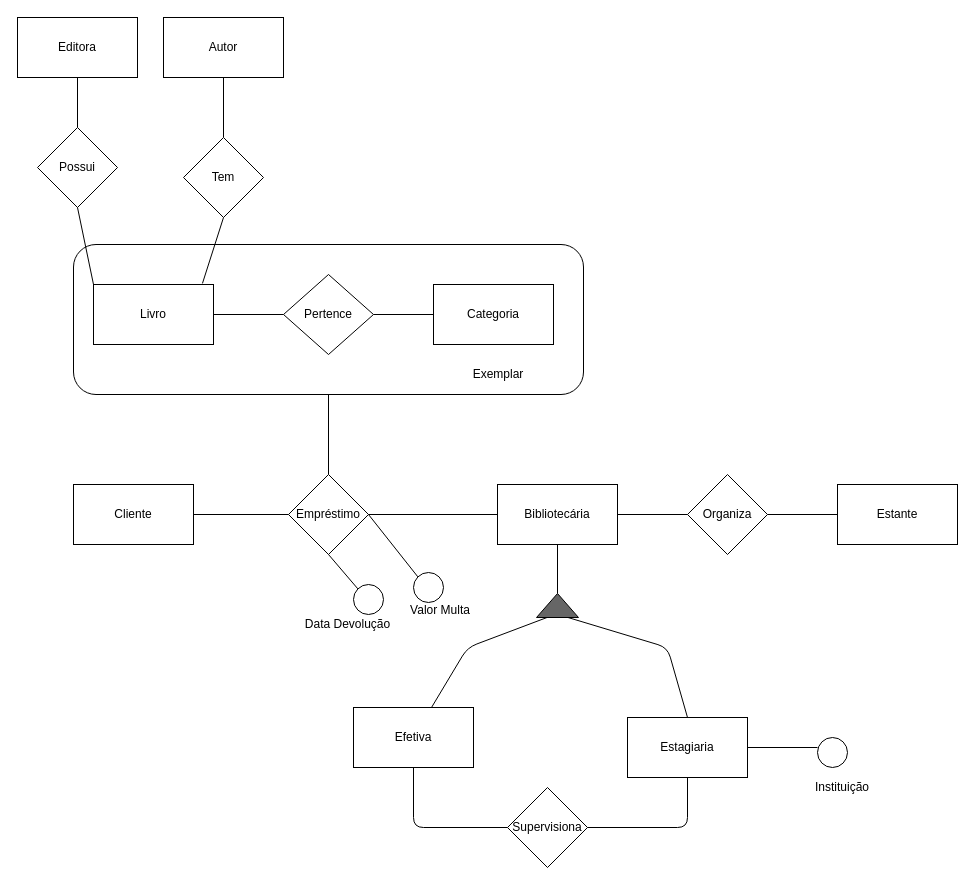
Earlier version of the draw.io diagram Untitled Diagram.drawio (cesarac666/diagrams). Source tidied: cells renumbered, new cells numbered last; positions are measured from the earlier drawing's top-left corner, leaving out a move shared by most shapes. Both pictures are drawn from the tidied source at 100%, with x=0, y=0 at pixel (17, 17).
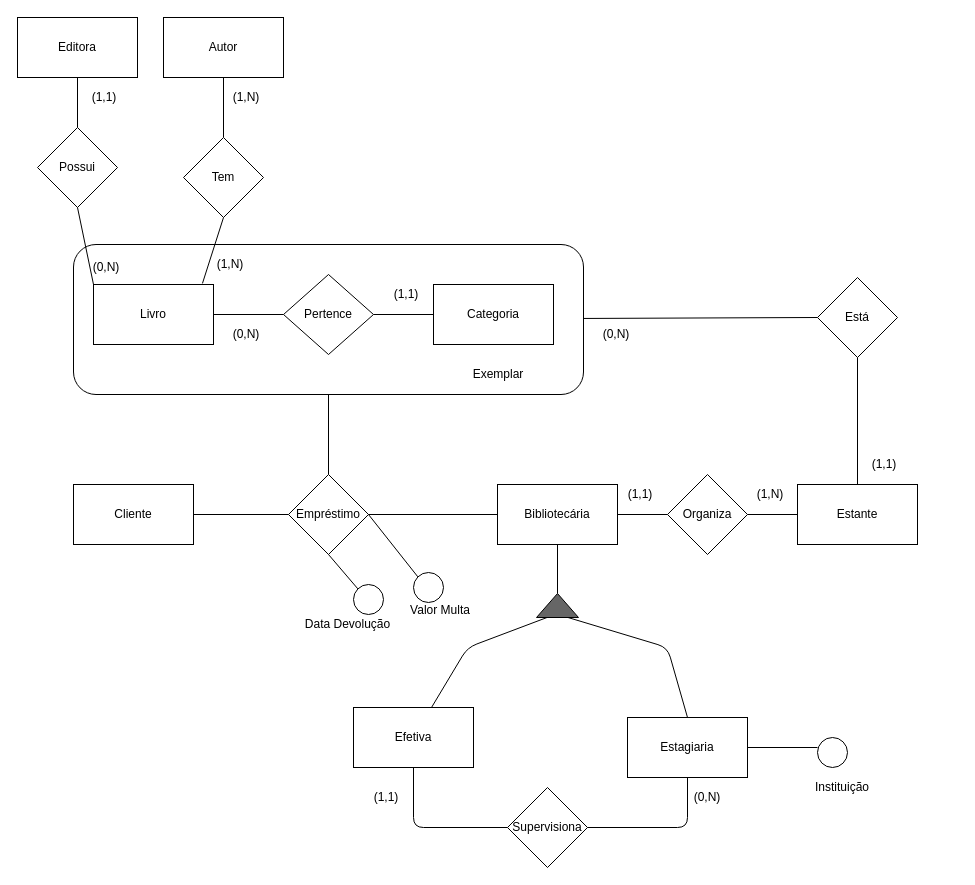
The same page after the edit.

Unchanged cells that the change refers to:
```xml
<mxCell id="2" style="rounded=1;whiteSpace=wrap;html=1;" parent="1" vertex="1">
  <mxGeometry x="56" y="227" width="510" height="150" as="geometry" />
</mxCell>
<mxCell id="36" value="Estagiaria" style="rounded=0;whiteSpace=wrap;html=1;" parent="1" vertex="1">
  <mxGeometry x="610" y="700" width="120" height="60" as="geometry" />
</mxCell>
```

Diff of the diagram source:
```diff
@@
     <mxCell id="29" value="Estante" style="rounded=0;whiteSpace=wrap;html=1;" parent="1" vertex="1">
-      <mxGeometry x="820" y="467" width="120" height="60" as="geometry" />
+      <mxGeometry x="780" y="467" width="120" height="60" as="geometry" />
     </mxCell>
     <mxCell id="30" value="Organiza" style="rhombus;whiteSpace=wrap;html=1;" parent="1" vertex="1">
-      <mxGeometry x="670" y="457" width="80" height="80" as="geometry" />
+      <mxGeometry x="650" y="457" width="80" height="80" as="geometry" />
     </mxCell>
@@
-    <mxCell id="43" style="endArrow=none;html=1;exitX=1;exitY=0.5;exitDx=0;exitDy=0;" parent="1" edge="1" source="36">
-      <mxGeometry relative="1" as="geometry">
-        <mxPoint x="800" y="730" as="targetPoint" />
-      </mxGeometry>
-    </mxCell>
+    <mxCell id="45" style="endArrow=none;html=1;exitX=1;exitY=0.5;exitDx=0;exitDy=0;" parent="1" edge="1" source="36">
+      <mxGeometry relative="1" as="geometry">
+        <mxPoint x="800" y="730" as="targetPoint" />
+      </mxGeometry>
+    </mxCell>
@@
+    <mxCell id="46" value="(1,1)" style="text;html=1;strokeColor=none;fillColor=none;align=center;verticalAlign=middle;whiteSpace=wrap;rounded=0;" parent="1" vertex="1">
+      <mxGeometry x="590" y="467" width="66" height="20" as="geometry" />
+    </mxCell>
+    <mxCell id="47" value="(1,1)" style="text;html=1;strokeColor=none;fillColor=none;align=center;verticalAlign=middle;whiteSpace=wrap;rounded=0;" parent="1" vertex="1">
+      <mxGeometry x="356" y="267" width="66" height="20" as="geometry" />
+    </mxCell>
+    <mxCell id="48" value="(1,N)" style="text;html=1;strokeColor=none;fillColor=none;align=center;verticalAlign=middle;whiteSpace=wrap;rounded=0;" parent="1" vertex="1">
+      <mxGeometry x="720" y="467" width="66" height="20" as="geometry" />
+    </mxCell>
+    <mxCell id="49" value="(1,N)" style="text;html=1;strokeColor=none;fillColor=none;align=center;verticalAlign=middle;whiteSpace=wrap;rounded=0;" parent="1" vertex="1">
+      <mxGeometry x="196" y="70" width="66" height="20" as="geometry" />
+    </mxCell>
+    <mxCell id="50" value="(1,N)" style="text;html=1;strokeColor=none;fillColor=none;align=center;verticalAlign=middle;whiteSpace=wrap;rounded=0;" parent="1" vertex="1">
+      <mxGeometry x="180" y="237" width="66" height="20" as="geometry" />
+    </mxCell>
+    <mxCell id="51" value="(0,N)" style="text;html=1;strokeColor=none;fillColor=none;align=center;verticalAlign=middle;whiteSpace=wrap;rounded=0;" parent="1" vertex="1">
+      <mxGeometry x="566" y="307" width="66" height="20" as="geometry" />
+    </mxCell>
+    <mxCell id="52" value="(0,N)" style="text;html=1;strokeColor=none;fillColor=none;align=center;verticalAlign=middle;whiteSpace=wrap;rounded=0;" parent="1" vertex="1">
+      <mxGeometry x="56" y="240" width="66" height="20" as="geometry" />
+    </mxCell>
+    <mxCell id="53" value="(1,1)" style="text;html=1;strokeColor=none;fillColor=none;align=center;verticalAlign=middle;whiteSpace=wrap;rounded=0;" parent="1" vertex="1">
+      <mxGeometry x="54" y="70" width="66" height="20" as="geometry" />
+    </mxCell>
+    <mxCell id="54" value="(0,N)" style="text;html=1;strokeColor=none;fillColor=none;align=center;verticalAlign=middle;whiteSpace=wrap;rounded=0;" parent="1" vertex="1">
+      <mxGeometry x="196" y="307" width="66" height="20" as="geometry" />
+    </mxCell>
+    <mxCell id="55" value="Está" style="rhombus;whiteSpace=wrap;html=1;" parent="1" vertex="1">
+      <mxGeometry x="800" y="260" width="80" height="80" as="geometry" />
+    </mxCell>
+    <mxCell id="56" style="endArrow=none;html=1;entryX=0;entryY=0.5;entryDx=0;entryDy=0;" parent="1" edge="1" source="2" target="55">
+      <mxGeometry relative="1" as="geometry" />
+    </mxCell>
+    <mxCell id="57" style="endArrow=none;html=1;entryX=0.5;entryY=1;entryDx=0;entryDy=0;" parent="1" edge="1" source="29" target="55">
+      <mxGeometry relative="1" as="geometry" />
+    </mxCell>
+    <mxCell id="58" value="(1,1)" style="text;html=1;strokeColor=none;fillColor=none;align=center;verticalAlign=middle;whiteSpace=wrap;rounded=0;" parent="1" vertex="1">
+      <mxGeometry x="834" y="437" width="66" height="20" as="geometry" />
+    </mxCell>
+    <mxCell id="59" value="(0,N)" style="text;html=1;strokeColor=none;fillColor=none;align=center;verticalAlign=middle;whiteSpace=wrap;rounded=0;" parent="1" vertex="1">
+      <mxGeometry x="657" y="770" width="66" height="20" as="geometry" />
+    </mxCell>
+    <mxCell id="60" value="(1,1)" style="text;html=1;strokeColor=none;fillColor=none;align=center;verticalAlign=middle;whiteSpace=wrap;rounded=0;" parent="1" vertex="1">
+      <mxGeometry x="336" y="770" width="66" height="20" as="geometry" />
+    </mxCell>
```
